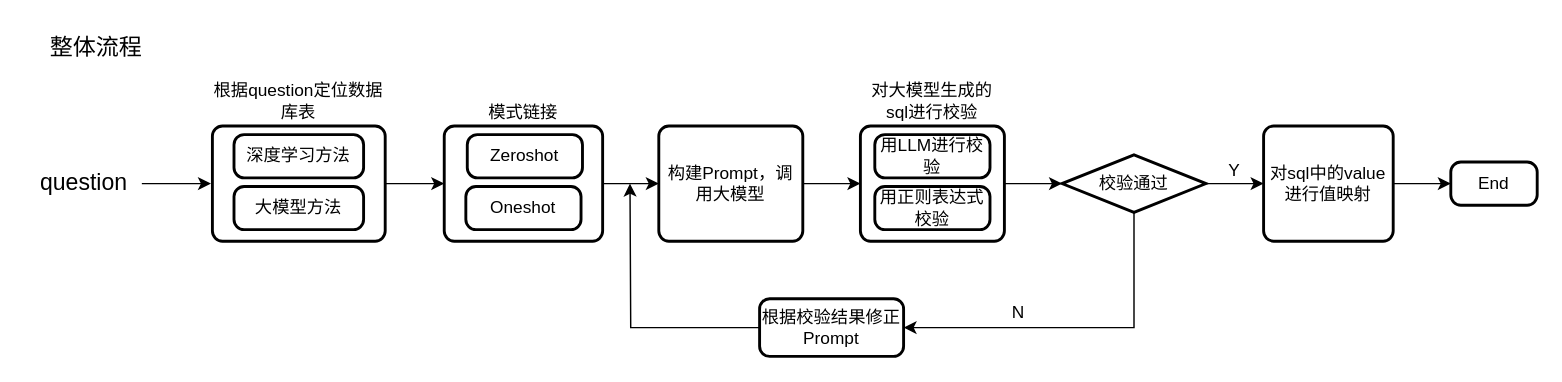
Above: page "overall process" (1 of 12) of NL2SQL_LLM.drawio in CindyZX/drawio_figures (draw.io), before the change. Source tidied: cells renumbered, new cells numbered last; positions are measured from the earlier drawing's top-left corner, leaving out a move shared by most shapes. Both pictures are drawn from the tidied source at 144%, with x=0, y=0 at pixel (24, 24).
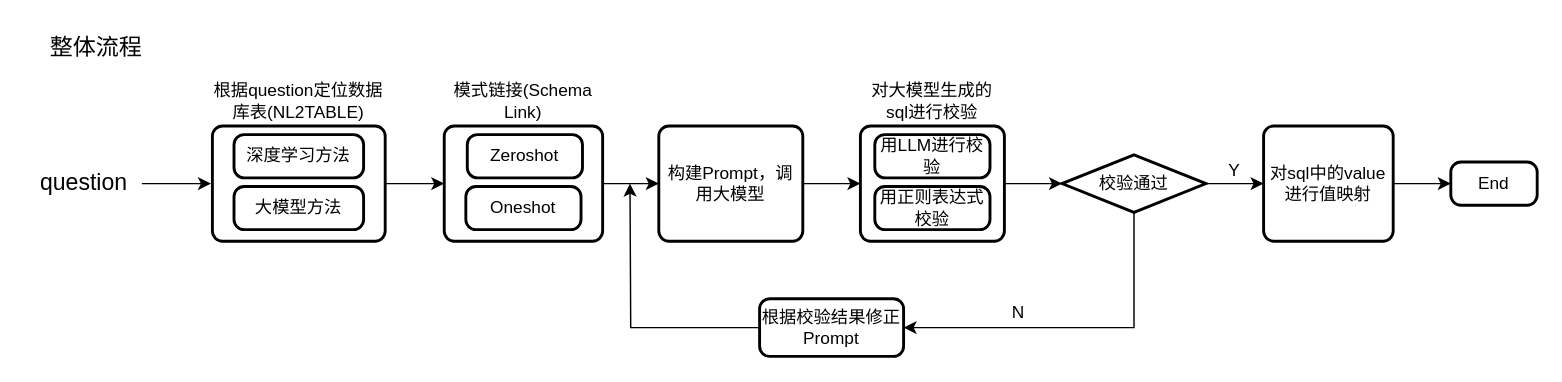
Above is the later version.

Diff of the diagram source:
```diff
@@
-    <mxCell id="2" value="根据question定位数据库表" style="rounded=1;whiteSpace=wrap;html=1;absoluteArcSize=1;arcSize=14;strokeWidth=2;labelPosition=center;verticalLabelPosition=top;align=center;verticalAlign=bottom;" parent="1" vertex="1">
+    <mxCell id="2" value="根据question定位数据库表(NL2TABLE)" style="rounded=1;whiteSpace=wrap;html=1;absoluteArcSize=1;arcSize=14;strokeWidth=2;labelPosition=center;verticalLabelPosition=top;align=center;verticalAlign=bottom;" parent="1" vertex="1">
       <mxGeometry x="130" y="70" width="120" height="80" as="geometry" />
     </mxCell>
@@
-    <mxCell id="8" value="模式链接" style="rounded=1;whiteSpace=wrap;html=1;absoluteArcSize=1;arcSize=14;strokeWidth=2;labelPosition=center;verticalLabelPosition=top;align=center;verticalAlign=bottom;" parent="1" vertex="1">
+    <mxCell id="8" value="模式链接(Schema Link)" style="rounded=1;whiteSpace=wrap;html=1;absoluteArcSize=1;arcSize=14;strokeWidth=2;labelPosition=center;verticalLabelPosition=top;align=center;verticalAlign=bottom;" parent="1" vertex="1">
       <mxGeometry x="291" y="70" width="110" height="80" as="geometry" />
     </mxCell>
```
